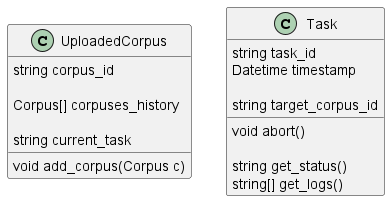
Above: docs/design/images/class_backend.png in parkchamchi/GlossySnake (PlantUML), before the change.
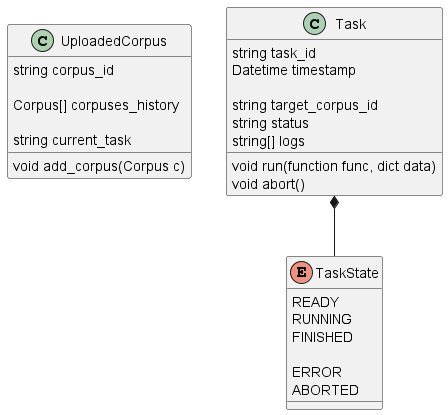
The same diagram one commit later.

Diff of the diagram source:
```diff
@@ -15,11 +15,21 @@
 	Datetime timestamp
 
 	string target_corpus_id
+	string status
+	string[] logs
 
+	void run(function func, dict data)
 	void abort()
-
-	string get_status()
-	string[] get_logs()
 }
 
+enum TaskState {
+	READY
+	RUNNING
+	FINISHED
+
+	ERROR
+	ABORTED
+}
+Task *-- TaskState
+
 @enduml
```
